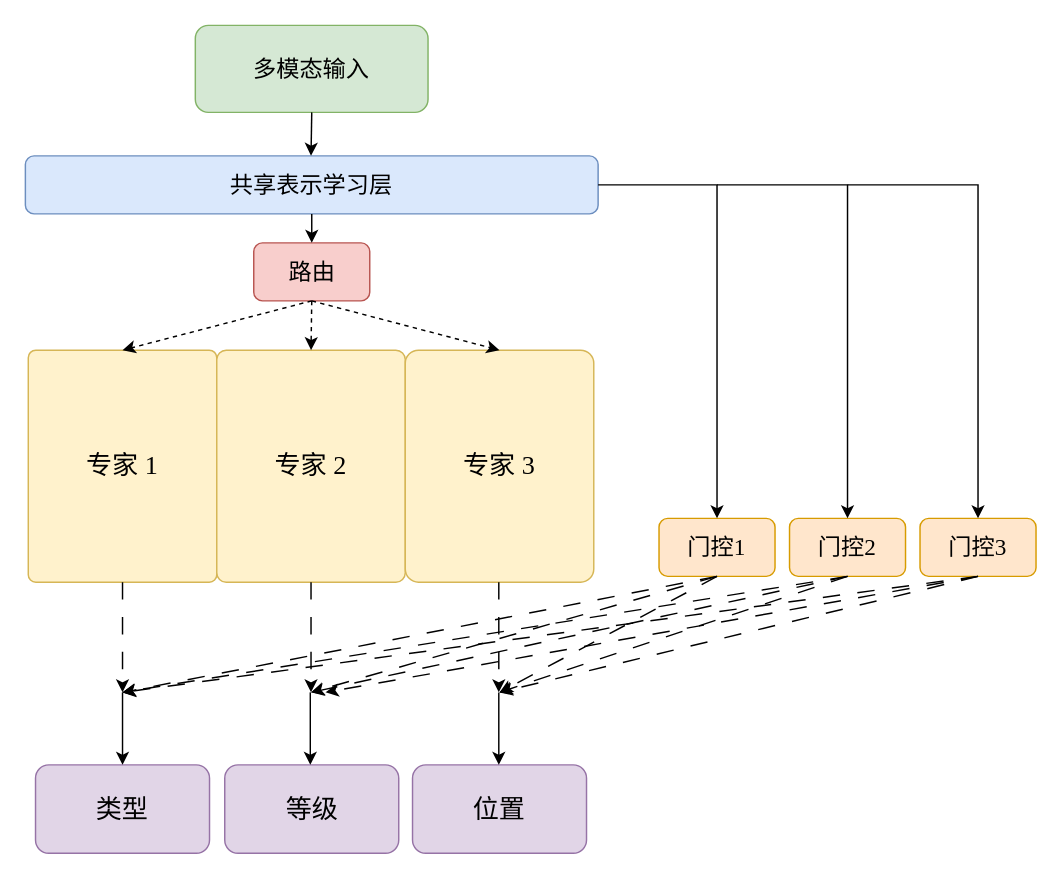
Earlier version of the draw.io diagram RockBurstLLM.drawio (hzb29/hzb29). Source tidied: cells renumbered, new cells numbered last; positions are measured from the earlier drawing's top-left corner, leaving out a move shared by most shapes. Both pictures are drawn from the tidied source at 145%, with x=0, y=0 at pixel (25, 25).
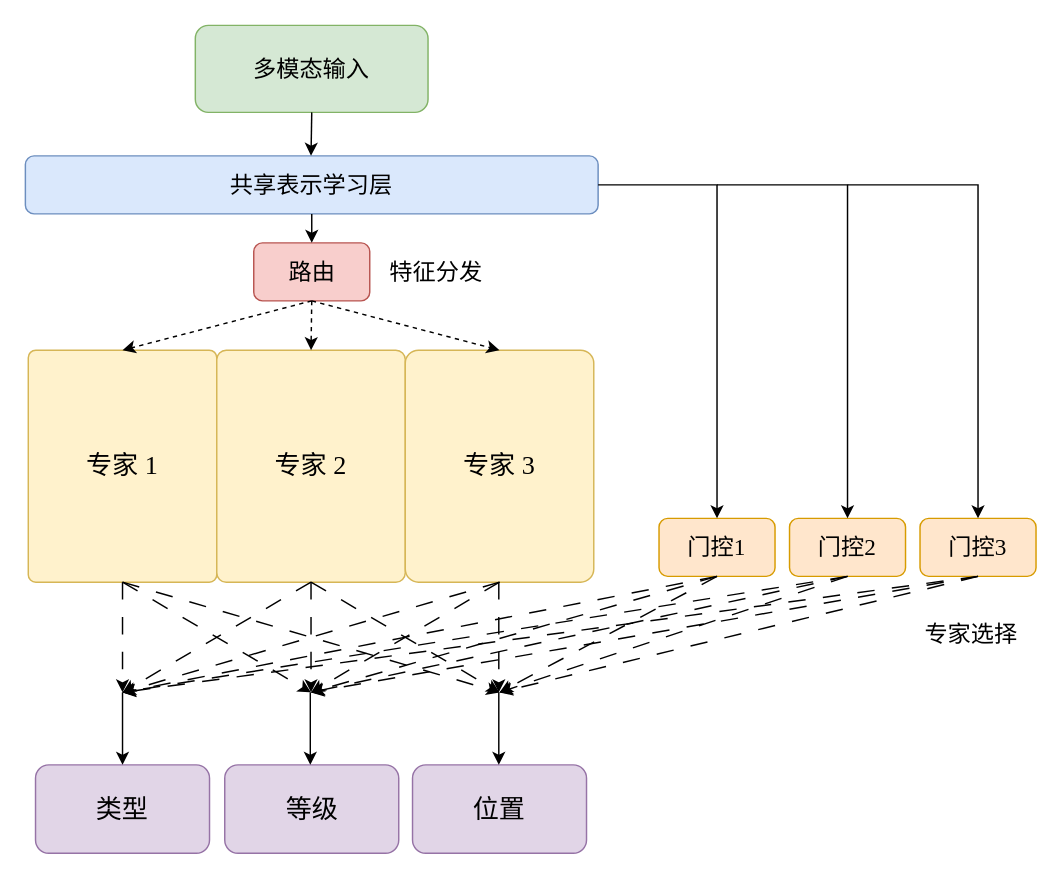
Above is the later version.

The change refers to these unchanged cells:
```xml
<mxCell id="3" value="&lt;font face=&quot;Times New Roman&quot; style=&quot;font-size: 18px;&quot;&gt;专家 1&lt;/font&gt;" style="rounded=1;whiteSpace=wrap;html=1;fillColor=#fff2cc;strokeColor=#d6b656;arcSize=4;" parent="1" vertex="1">
  <mxGeometry x="2" y="224" width="130" height="160" as="geometry" />
</mxCell>
<mxCell id="4" value="&lt;font face=&quot;Times New Roman&quot; style=&quot;font-size: 18px;&quot;&gt;专家 2&lt;/font&gt;" style="rounded=1;whiteSpace=wrap;html=1;fillColor=#fff2cc;strokeColor=#d6b656;arcSize=5;" parent="1" vertex="1">
  <mxGeometry x="132" y="224" width="130" height="160" as="geometry" />
</mxCell>
<mxCell id="5" value="&lt;span style=&quot;font-family: &amp;quot;Times New Roman&amp;quot;; font-size: 18px;&quot;&gt;专家 3&lt;/span&gt;" style="rounded=1;whiteSpace=wrap;html=1;fillColor=#fff2cc;strokeColor=#d6b656;arcSize=7;" parent="1" vertex="1">
  <mxGeometry x="262" y="224" width="130" height="160" as="geometry" />
</mxCell>
<mxCell id="18" value="&lt;font size=&quot;3&quot; face=&quot;Times New Roman&quot;&gt;门控3&lt;/font&gt;" style="rounded=1;whiteSpace=wrap;html=1;fillColor=#ffe6cc;strokeColor=#d79b00;" parent="1" vertex="1">
  <mxGeometry x="617" y="340" width="80" height="40" as="geometry" />
</mxCell>
```

Diff of the diagram source:
```diff
@@
     <mxCell id="32" style="endArrow=classic;html=1;rounded=0;exitX=0.5;exitY=1;exitDx=0;exitDy=0;dashed=1;dashPattern=12 12;" parent="1" edge="1" source="18">
       <mxGeometry relative="1" as="geometry">
-        <mxPoint x="207" y="460" as="targetPoint" />
+        <mxPoint x="197" y="460" as="targetPoint" />
       </mxGeometry>
     </mxCell>
@@
+    <mxCell id="37" style="endArrow=classic;html=1;rounded=0;exitX=0.5;exitY=1;exitDx=0;exitDy=0;dashed=1;dashPattern=12 12;" parent="1" edge="1" source="3">
+      <mxGeometry relative="1" as="geometry">
+        <mxPoint x="197" y="460" as="targetPoint" />
+      </mxGeometry>
+    </mxCell>
+    <mxCell id="38" style="endArrow=classic;html=1;rounded=0;exitX=0.5;exitY=1;exitDx=0;exitDy=0;dashed=1;dashPattern=12 12;" parent="1" edge="1" source="3">
+      <mxGeometry relative="1" as="geometry">
+        <mxPoint x="327" y="460" as="targetPoint" />
+      </mxGeometry>
+    </mxCell>
+    <mxCell id="39" style="endArrow=classic;html=1;rounded=0;exitX=0.5;exitY=1;exitDx=0;exitDy=0;dashed=1;dashPattern=12 12;" parent="1" edge="1" source="4">
+      <mxGeometry relative="1" as="geometry">
+        <mxPoint x="67" y="460" as="targetPoint" />
+      </mxGeometry>
+    </mxCell>
+    <mxCell id="40" style="endArrow=classic;html=1;rounded=0;exitX=0.5;exitY=1;exitDx=0;exitDy=0;dashed=1;dashPattern=12 12;" parent="1" edge="1" source="4">
+      <mxGeometry relative="1" as="geometry">
+        <mxPoint x="327" y="460" as="targetPoint" />
+      </mxGeometry>
+    </mxCell>
+    <mxCell id="41" style="endArrow=classic;html=1;rounded=0;exitX=0.5;exitY=1;exitDx=0;exitDy=0;dashed=1;dashPattern=12 12;" parent="1" edge="1" source="5">
+      <mxGeometry relative="1" as="geometry">
+        <mxPoint x="197" y="460" as="targetPoint" />
+      </mxGeometry>
+    </mxCell>
+    <mxCell id="42" style="endArrow=classic;html=1;rounded=0;exitX=0.5;exitY=1;exitDx=0;exitDy=0;dashed=1;dashPattern=12 12;" parent="1" edge="1" source="5">
+      <mxGeometry relative="1" as="geometry">
+        <mxPoint x="67" y="460" as="targetPoint" />
+      </mxGeometry>
+    </mxCell>
+    <mxCell id="43" value="&lt;font face=&quot;Times New Roman&quot; style=&quot;font-size: 16px;&quot;&gt;特征分发&lt;/font&gt;" style="text;html=1;align=center;verticalAlign=middle;strokeColor=none;fillColor=none;" parent="1" vertex="1">
+      <mxGeometry x="237.5" y="155" width="90" height="30" as="geometry" />
+    </mxCell>
+    <mxCell id="44" value="&lt;font face=&quot;Times New Roman&quot; style=&quot;font-size: 16px;&quot;&gt;专家选择&lt;/font&gt;" style="text;html=1;align=center;verticalAlign=middle;strokeColor=none;fillColor=none;" parent="1" vertex="1">
+      <mxGeometry x="607" y="405" width="90" height="30" as="geometry" />
+    </mxCell>
```
